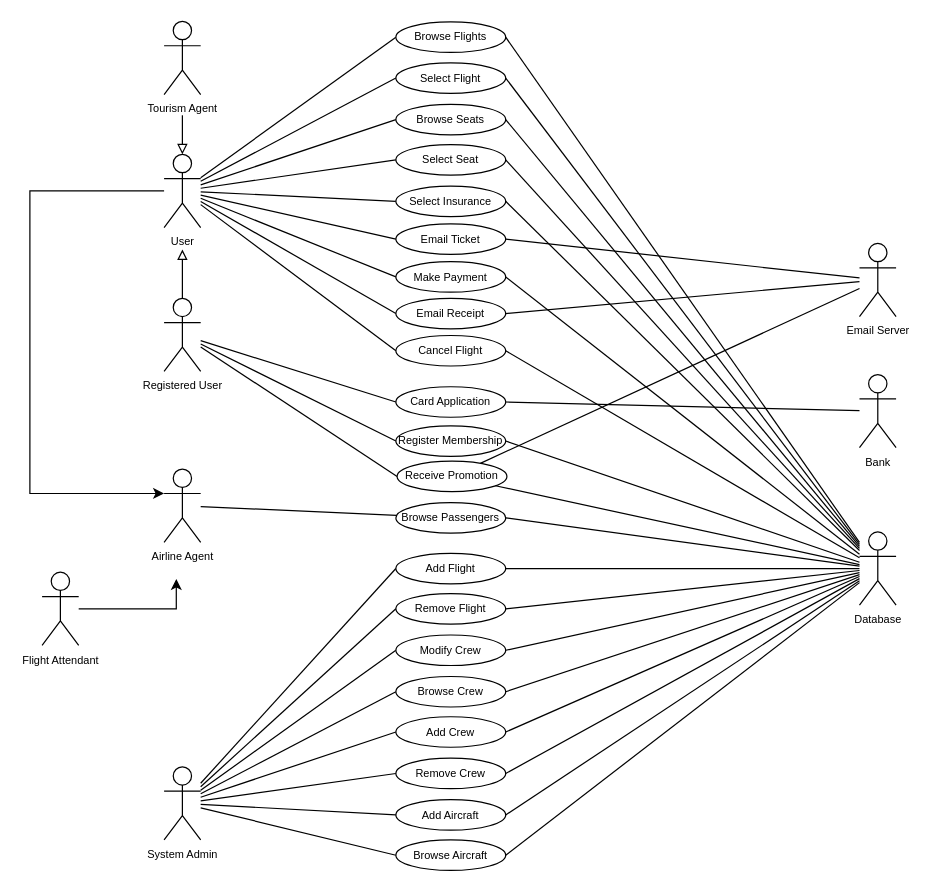
Earlier version of the draw.io diagram Diagrams/UseCaseDiagram2.drawio (jsugimoto99/ENSF-614---Group-12). Source tidied: cells renumbered, new cells numbered last; positions are measured from the earlier drawing's top-left corner, leaving out a move shared by most shapes. Both pictures are drawn from the tidied source at 122%, with x=0, y=0 at pixel (29, 21).
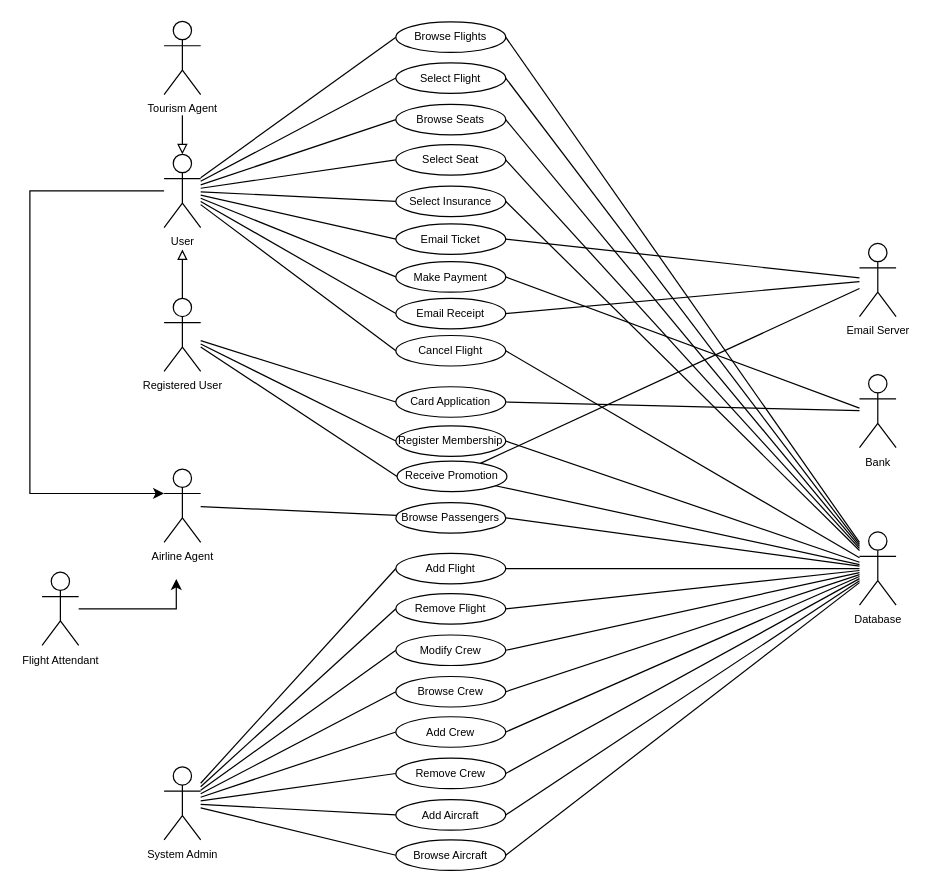
The same diagram, later.

Unchanged cells that the change refers to:
```xml
<mxCell id="69" value="Database" style="shape=umlActor;verticalLabelPosition=bottom;verticalAlign=top;html=1;outlineConnect=0;fontSize=9;" parent="1" vertex="1">
  <mxGeometry x="680" y="418.5" width="30" height="60" as="geometry" />
</mxCell>
<mxCell id="72" value="Make Payment" style="ellipse;whiteSpace=wrap;html=1;fontSize=9;" parent="1" vertex="1">
  <mxGeometry x="300" y="197" width="90" height="25" as="geometry" />
</mxCell>
```

Diff of the diagram source:
```diff
@@
-    <mxCell id="32" style="edgeStyle=none;rounded=0;jettySize=auto;html=1;exitX=1;exitY=0.5;exitDx=0;exitDy=0;endArrow=none;endFill=0;" parent="1" edge="1" source="72" target="69">
-      <mxGeometry relative="1" as="geometry" />
+    <mxCell id="32" style="edgeStyle=none;rounded=0;jettySize=auto;html=1;exitX=1;exitY=0.5;exitDx=0;exitDy=0;endArrow=none;endFill=0;" parent="1" edge="1" source="72">
+      <mxGeometry relative="1" as="geometry">
+        <mxPoint x="680" y="317" as="targetPoint" />
+      </mxGeometry>
     </mxCell>
```
